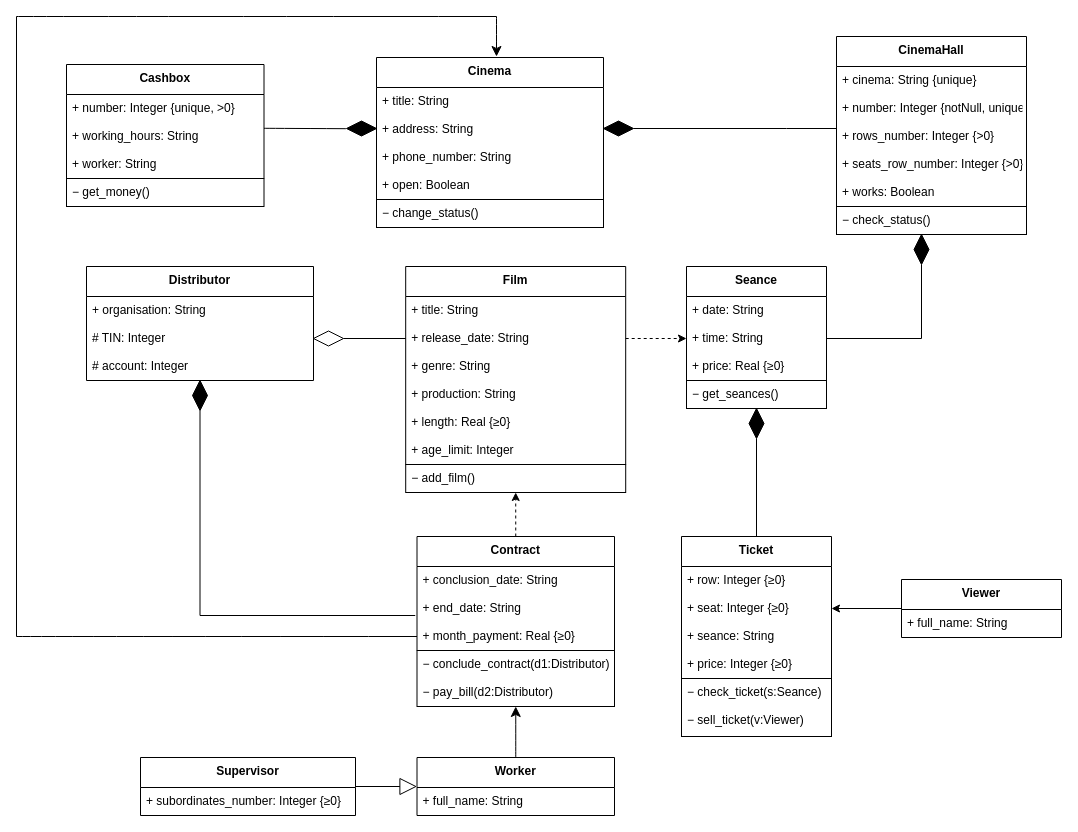
Earlier version of the draw.io diagram Диаграмма классов.drawio (ANDaniell/-design-practice). Source tidied: cells renumbered, new cells numbered last; positions are measured from the earlier drawing's top-left corner, leaving out a move shared by most shapes. Both pictures are drawn from the tidied source at 100%, with x=0, y=0 at pixel (16, 16).
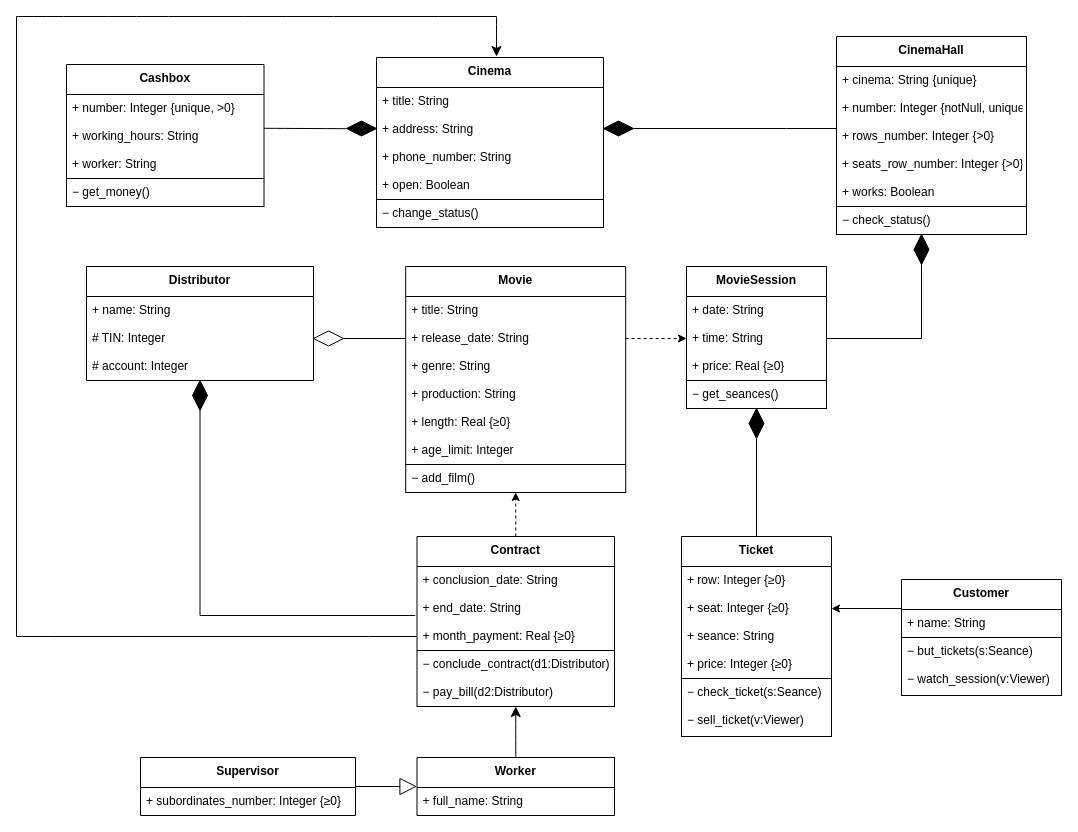
The same page after the edit.

Unchanged cells that the change refers to:
```xml
<mxCell id="43" value="Distributor" style="swimlane;fontStyle=1;align=center;verticalAlign=top;horizontal=1;startSize=30;" parent="1" vertex="1">
  <mxGeometry x="70" y="250" width="227" height="114" as="geometry" />
</mxCell>
```

Diff of the diagram source:
```diff
@@
-    <mxCell id="15" value="Film" style="swimlane;fontStyle=1;align=center;verticalAlign=top;horizontal=1;startSize=30;" parent="1" vertex="1">
+    <mxCell id="15" value="Movie" style="swimlane;fontStyle=1;align=center;verticalAlign=top;horizontal=1;startSize=30;" parent="1" vertex="1">
       <mxGeometry x="389.2" y="250" width="220" height="198" as="geometry" />
     </mxCell>
@@
-    <mxCell id="23" value="Seance" style="swimlane;fontStyle=1;align=center;verticalAlign=top;horizontal=1;startSize=30;" parent="1" vertex="1">
+    <mxCell id="23" value="MovieSession" style="swimlane;fontStyle=1;align=center;verticalAlign=top;horizontal=1;startSize=30;" parent="1" vertex="1">
       <mxGeometry x="670" y="250" width="140" height="142" as="geometry" />
     </mxCell>
@@
-    <mxCell id="33" value="Viewer" style="swimlane;fontStyle=1;align=center;verticalAlign=top;horizontal=1;startSize=30;" parent="1" vertex="1">
+    <mxCell id="33" value="Customer" style="swimlane;fontStyle=1;align=center;verticalAlign=top;horizontal=1;startSize=30;" parent="1" vertex="1">
       <mxGeometry x="885" y="563" width="160" height="58" as="geometry" />
     </mxCell>
-    <mxCell id="34" value="+ full_name: String" style="text;strokeColor=none;fillColor=none;align=left;verticalAlign=top;spacingLeft=4;spacingRight=4;overflow=hidden;" parent="33" vertex="1">
+    <mxCell id="34" value="+ name: String" style="text;strokeColor=none;fillColor=none;align=left;verticalAlign=top;spacingLeft=4;spacingRight=4;overflow=hidden;" parent="33" vertex="1">
       <mxGeometry y="30" width="160" height="28" as="geometry" />
     </mxCell>
@@
-    <mxCell id="44" value="+ organisation: String" style="text;strokeColor=none;fillColor=none;align=left;verticalAlign=top;spacingLeft=4;spacingRight=4;overflow=hidden;" parent="43" vertex="1">
+    <mxCell id="44" value="+ name: String" style="text;strokeColor=none;fillColor=none;align=left;verticalAlign=top;spacingLeft=4;spacingRight=4;overflow=hidden;" parent="43" vertex="1">
       <mxGeometry y="30" width="227" height="28" as="geometry" />
     </mxCell>
@@
+    <mxCell id="84" style="rounded=0;whiteSpace=wrap;html=1;fillColor=none;" parent="1" vertex="1">
+      <mxGeometry x="885" y="621" width="160" height="58" as="geometry" />
+    </mxCell>
+    <mxCell id="85" value="− but_tickets(s:Seance)" style="text;strokeColor=none;fillColor=none;align=left;verticalAlign=top;spacingLeft=4;spacingRight=4;overflow=hidden;" parent="1" vertex="1">
+      <mxGeometry x="885" y="621" width="160" height="28" as="geometry" />
+    </mxCell>
+    <mxCell id="86" value="− watch_session(v:Viewer)" style="text;strokeColor=none;fillColor=none;align=left;verticalAlign=top;spacingLeft=4;spacingRight=4;overflow=hidden;" parent="1" vertex="1">
+      <mxGeometry x="885" y="649" width="160" height="28" as="geometry" />
+    </mxCell>
```
